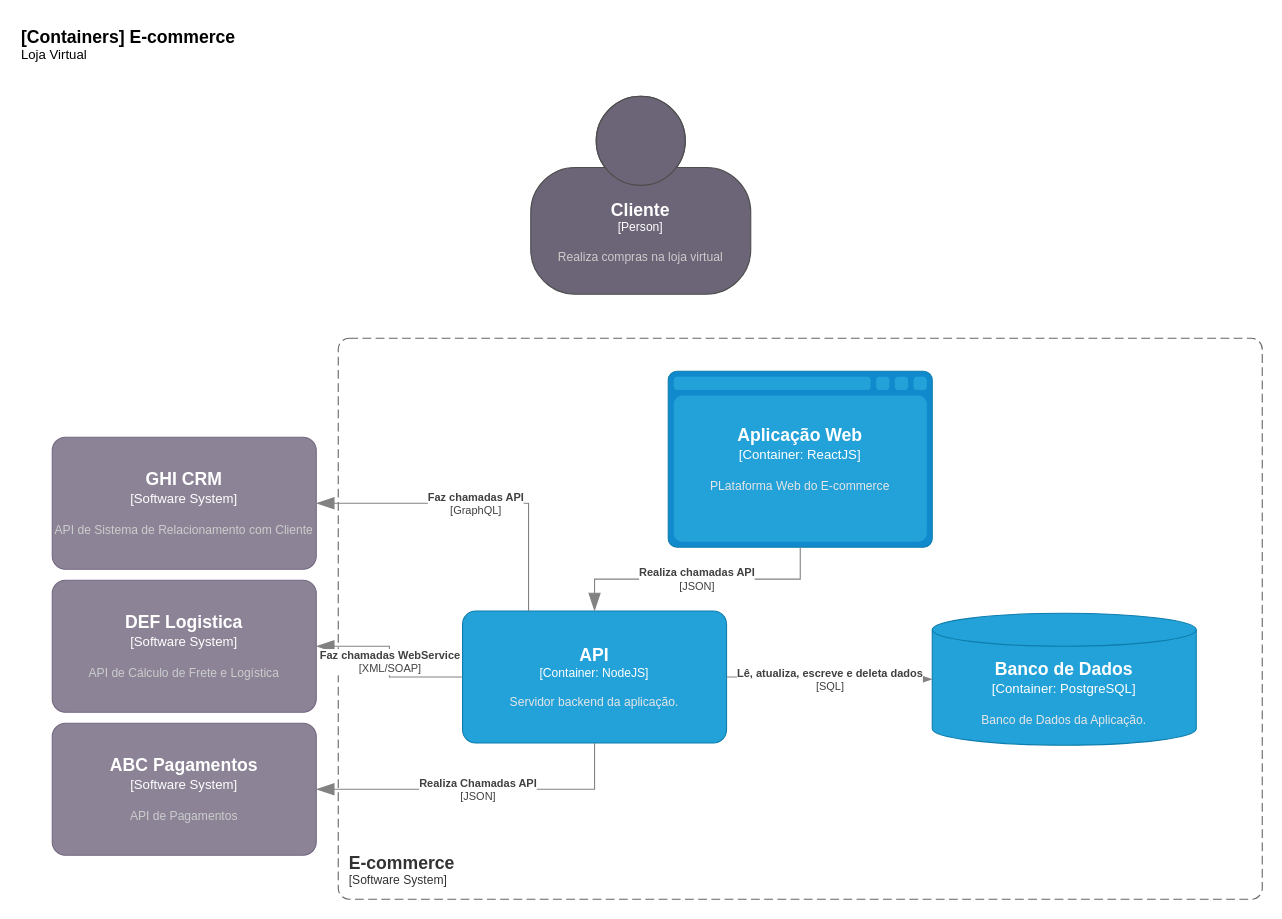
gabrielcamurcab/pos-arq-soft keeps this draw.io diagram as page "Container" (2 of 2) of palestra.drawio. Above is the earlier version. Source tidied: cells renumbered, new cells numbered last; positions are measured from the earlier drawing's top-left corner, leaving out a move shared by most shapes. Both pictures are drawn from the tidied source at 110%, with x=0, y=0 at pixel (19, 19).
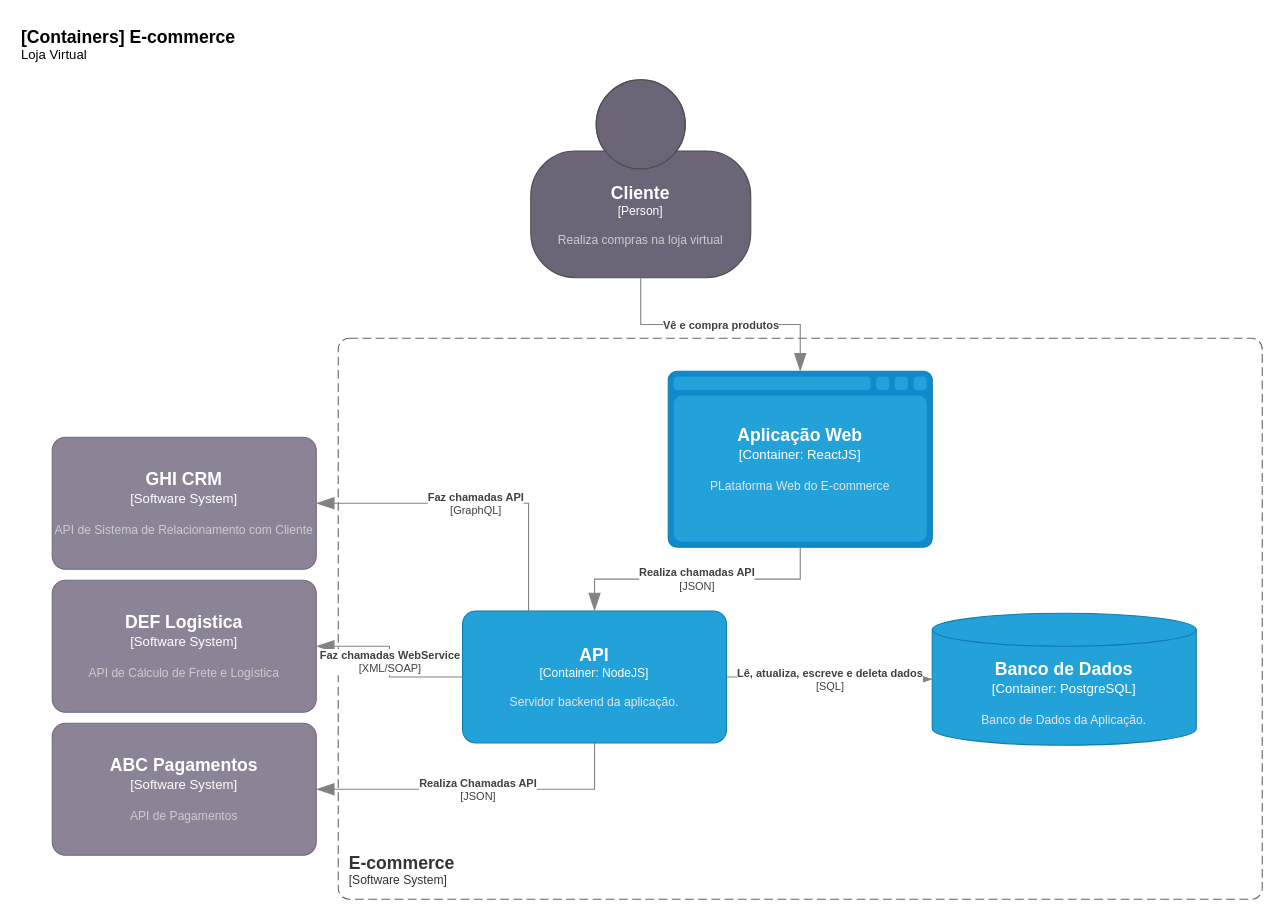
The same diagram, later.

Unchanged cells that the change refers to:
```xml
<object id="7" label="&lt;font style=&quot;font-size: 16px&quot;&gt;&lt;b&gt;%c4Name%&lt;/b&gt;&lt;/font&gt;&lt;div&gt;[%c4Type%:&amp;nbsp;%c4Technology%]&lt;/div&gt;&lt;br&gt;&lt;div&gt;&lt;font style=&quot;font-size: 11px&quot;&gt;&lt;font color=&quot;#E6E6E6&quot;&gt;%c4Description%&lt;/font&gt;&lt;/div&gt;" c4Description="PLataforma Web do E-commerce" c4Name="Aplicação Web" c4Technology="ReactJS" c4Type="Container" placeholders="1">
  <mxCell style="shape=mxgraph.c4.webBrowserContainer2;whiteSpace=wrap;html=1;boundedLbl=1;rounded=0;labelBackgroundColor=none;strokeColor=#118ACD;fillColor=#23A2D9;strokeColor=#118ACD;strokeColor2=#0E7DAD;fontSize=12;fontColor=#ffffff;align=center;points=[[0.5,0,0],[1,0.25,0],[1,0.5,0],[1,0.75,0],[0.5,1,0],[0,0.75,0],[0,0.5,0],[0,0.25,0]];" parent="1" vertex="1">
    <mxGeometry x="590" y="320" width="240" height="160" as="geometry" />
  </mxCell>
</object>
```

What changed in the source:
```diff
@@
     <object id="2" label="&lt;font style=&quot;font-size: 16px&quot;&gt;&lt;b&gt;%c4Name%&lt;/b&gt;&lt;/font&gt;&lt;div&gt;[%c4Type%]&lt;/div&gt;&lt;br&gt;&lt;div&gt;&lt;font style=&quot;font-size: 11px&quot;&gt;&lt;font color=&quot;#cccccc&quot;&gt;%c4Description%&lt;/font&gt;&lt;/div&gt;" c4Description="Realiza compras na loja virtual" c4Name="Cliente" c4Type="Person" placeholders="1">
       <mxCell style="html=1;fontSize=11;dashed=0;whiteSpace=wrap;fillColor=#6C6477;strokeColor=#4D4D4D;fontColor=#ffffff;shape=mxgraph.c4.person2;align=center;points=[[0.5,0,0],[1,0.5,0],[1,0.75,0],[0.75,1,0],[0.5,1,0],[0.25,1,0],[0,0.75,0],[0,0.5,0]];" parent="1" vertex="1">
-        <mxGeometry x="465" y="70" width="200" height="180" as="geometry" />
+        <mxGeometry x="465" y="55" width="200" height="180" as="geometry" />
       </mxCell>
     </object>
@@
+    <object id="16" label="&lt;div style=&quot;text-align: left&quot;&gt;&lt;div style=&quot;text-align: center&quot;&gt;&lt;b&gt;%c4Description%&lt;/b&gt;&lt;/div&gt;" c4Description="Vê e compra produtos" placeholders="1">
+      <mxCell style="endArrow=blockThin;html=1;fontSize=10;fontColor=#404040;strokeWidth=1;endFill=1;strokeColor=#828282;elbow=vertical;endSize=14;startSize=14;jumpStyle=arc;jumpSize=16;rounded=0;edgeStyle=orthogonalEdgeStyle;exitX=0.5;exitY=1;exitDx=0;exitDy=0;exitPerimeter=0;entryX=0.5;entryY=0;entryDx=0;entryDy=0;entryPerimeter=0;" parent="1" edge="1" source="2" target="7">
+        <mxGeometry relative="1" as="geometry" />
+      </mxCell>
+    </object>
```
